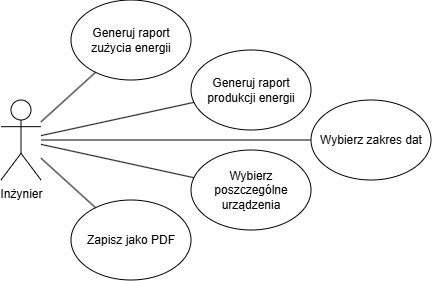
Above: doc/analizaRaportowanieDanych/img/diagram-przypadkow-uzycia-1_inzynier.png in DDanulo/SZEBI (draw.io), before the change. Source tidied: cells renumbered, new cells last; positions are measured from the earlier drawing's top-left corner, leaving out a move shared by most shapes. Source of this version:
```xml
<mxGraphModel>
  <root>
    <mxCell id="0" />
    <mxCell id="1" parent="0" />
    <mxCell id="2" value="Inżynier" style="shape=umlActor;verticalLabelPosition=bottom;verticalAlign=top;html=1;outlineConnect=0;" parent="1" vertex="1">
      <mxGeometry y="100" width="40" height="80" as="geometry" />
    </mxCell>
    <mxCell id="3" value="Generuj raport produkcji energii" style="ellipse;whiteSpace=wrap;html=1;" parent="1" vertex="1">
      <mxGeometry x="190" y="50" width="120" height="80" as="geometry" />
    </mxCell>
    <mxCell id="4" value="Generuj raport zużycia energii" style="ellipse;whiteSpace=wrap;html=1;" parent="1" vertex="1">
      <mxGeometry x="70" width="120" height="80" as="geometry" />
    </mxCell>
    <mxCell id="5" value="Zapisz jako PDF" style="ellipse;whiteSpace=wrap;html=1;" parent="1" vertex="1">
      <mxGeometry x="70" y="200" width="120" height="80" as="geometry" />
    </mxCell>
    <mxCell id="6" value="Wybierz poszczególne urządzenia" style="ellipse;whiteSpace=wrap;html=1;" parent="1" vertex="1">
      <mxGeometry x="190" y="150" width="120" height="80" as="geometry" />
    </mxCell>
    <mxCell id="7" value="Wybierz zakres dat" style="ellipse;whiteSpace=wrap;html=1;" parent="1" vertex="1">
      <mxGeometry x="310" y="100" width="120" height="80" as="geometry" />
    </mxCell>
    <mxCell id="8" style="endArrow=none;html=1;rounded=0;" parent="1" edge="1" source="2" target="4">
      <mxGeometry relative="1" as="geometry" />
    </mxCell>
    <mxCell id="9" style="endArrow=none;html=1;rounded=0;" parent="1" edge="1" source="2" target="3">
      <mxGeometry relative="1" as="geometry" />
    </mxCell>
    <mxCell id="10" style="endArrow=none;html=1;rounded=0;" parent="1" edge="1" source="7" target="2">
      <mxGeometry relative="1" as="geometry" />
    </mxCell>
    <mxCell id="11" style="endArrow=none;html=1;rounded=0;" parent="1" edge="1" source="6" target="2">
      <mxGeometry relative="1" as="geometry" />
    </mxCell>
    <mxCell id="12" style="endArrow=none;html=1;rounded=0;" parent="1" edge="1" source="5" target="2">
      <mxGeometry relative="1" as="geometry" />
    </mxCell>
  </root>
</mxGraphModel>
```
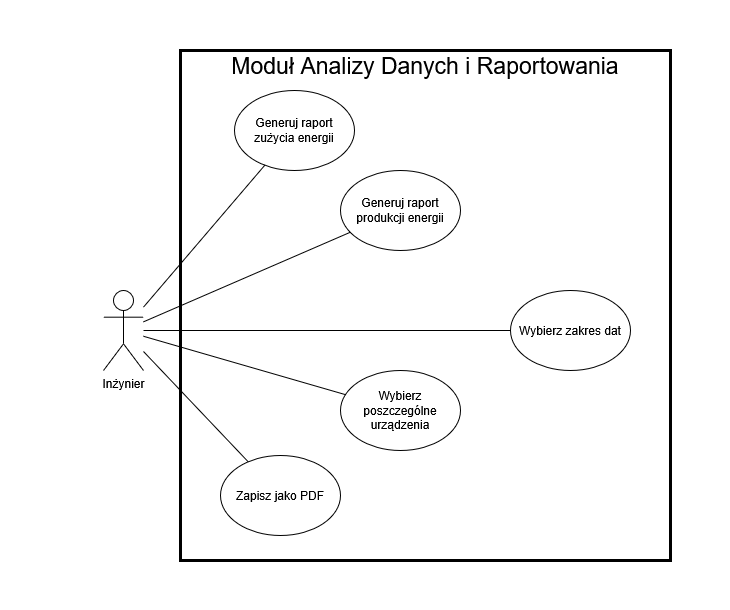
After the commit.

Diff of the diagram source:
```diff
@@ -2,23 +2,26 @@
   <root>
     <mxCell id="0" />
     <mxCell id="1" parent="0" />
+    <mxCell id="13" style="rounded=0;whiteSpace=wrap;html=1;fillColor=none;strokeColor=none;" parent="1" vertex="1">
+      <mxGeometry x="-100" y="-210" width="730" height="610" as="geometry" />
+    </mxCell>
-    <mxCell id="2" value="Inżynier" style="shape=umlActor;verticalLabelPosition=bottom;verticalAlign=top;html=1;outlineConnect=0;" parent="1" vertex="1">
-      <mxGeometry y="100" width="40" height="80" as="geometry" />
+    <mxCell id="2" value="&lt;div&gt;Inżynier&lt;/div&gt;&lt;div&gt;&lt;br&gt;&lt;/div&gt;" style="shape=umlActor;verticalLabelPosition=bottom;verticalAlign=top;html=1;outlineConnect=0;" parent="1" vertex="1">
+      <mxGeometry x="3" y="80" width="40" height="80" as="geometry" />
     </mxCell>
     <mxCell id="3" value="Generuj raport produkcji energii" style="ellipse;whiteSpace=wrap;html=1;" parent="1" vertex="1">
-      <mxGeometry x="190" y="50" width="120" height="80" as="geometry" />
+      <mxGeometry x="240" y="-40" width="120" height="80" as="geometry" />
     </mxCell>
     <mxCell id="4" value="Generuj raport zużycia energii" style="ellipse;whiteSpace=wrap;html=1;" parent="1" vertex="1">
-      <mxGeometry x="70" width="120" height="80" as="geometry" />
+      <mxGeometry x="134" y="-120" width="120" height="80" as="geometry" />
     </mxCell>
     <mxCell id="5" value="Zapisz jako PDF" style="ellipse;whiteSpace=wrap;html=1;" parent="1" vertex="1">
-      <mxGeometry x="70" y="200" width="120" height="80" as="geometry" />
+      <mxGeometry x="120" y="245" width="120" height="80" as="geometry" />
     </mxCell>
     <mxCell id="6" value="Wybierz poszczególne urządzenia" style="ellipse;whiteSpace=wrap;html=1;" parent="1" vertex="1">
-      <mxGeometry x="190" y="150" width="120" height="80" as="geometry" />
+      <mxGeometry x="240" y="160" width="120" height="80" as="geometry" />
     </mxCell>
     <mxCell id="7" value="Wybierz zakres dat" style="ellipse;whiteSpace=wrap;html=1;" parent="1" vertex="1">
-      <mxGeometry x="310" y="100" width="120" height="80" as="geometry" />
+      <mxGeometry x="410" y="80" width="120" height="80" as="geometry" />
     </mxCell>
     <mxCell id="8" style="endArrow=none;html=1;rounded=0;" parent="1" edge="1" source="2" target="4">
       <mxGeometry relative="1" as="geometry" />
@@ -35,5 +38,11 @@
     <mxCell id="12" style="endArrow=none;html=1;rounded=0;" parent="1" edge="1" source="5" target="2">
       <mxGeometry relative="1" as="geometry" />
     </mxCell>
+    <mxCell id="14" style="rounded=0;whiteSpace=wrap;html=1;fillColor=none;strokeWidth=3;" parent="1" vertex="1">
+      <mxGeometry x="80" y="-160" width="490" height="510" as="geometry" />
+    </mxCell>
+    <mxCell id="15" value="Moduł Analizy Danych i Raportowania" style="text;html=1;whiteSpace=wrap;strokeColor=none;fillColor=none;align=center;verticalAlign=middle;rounded=0;strokeWidth=8;fontSize=23;" parent="1" vertex="1">
+      <mxGeometry x="110" y="-160" width="430" height="30" as="geometry" />
+    </mxCell>
   </root>
 </mxGraphModel>
```
